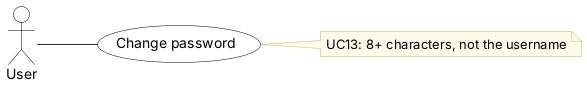
Before: diagrams/uml/14_UC13_change_password.png, a diagram exported from PlantUML (JmlAsync/inventory-pos-system). The source it was exported from:
```plantuml
@startuml
skinparam defaultFontName Arial
skinparam shadowing false
skinparam ArrowColor #333333
skinparam rectangle {
  BackgroundColor White
  BorderColor Black
}
skinparam usecase {
  BackgroundColor White
  BorderColor Black
}
skinparam class {
  BackgroundColor White
  BorderColor Black
  HeaderBackgroundColor #E6F1EE
}
skinparam activity {
  BackgroundColor White
  BorderColor Black
}
skinparam state {
  BackgroundColor White
  BorderColor Black
}
skinparam sequence {
  ParticipantBackgroundColor White
  ParticipantBorderColor Black
  LifeLineBorderColor #888888
  ActorBorderColor Black
  ActorBackgroundColor White
}
skinparam note {
  BackgroundColor #FFFBEA
  BorderColor #C9B458
}
skinparam swimlaneWidth same
hide circle

left to right direction
actor "User" as User
usecase "Change password" as U
User -- U
note right of U
  UC13: 8+ characters, not the username
end note
@enduml
```
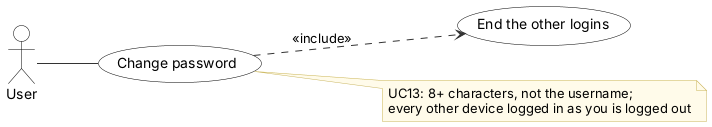
After the change.

What changed in the source:
```diff
@@ -40,8 +40,11 @@
 left to right direction
 actor "User" as User
 usecase "Change password" as U
+usecase "End the other logins" as I0
+U ..> I0 : <<include>>
 User -- U
 note right of U
-  UC13: 8+ characters, not the username
+  UC13: 8+ characters, not the username;
+  every other device logged in as you is logged out
 end note
 @enduml
```
